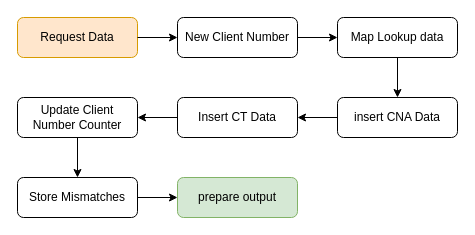
nyashaChiza/design keeps this draw.io diagram as Pure Create API.drawio. Above is the earlier version. Source tidied: cells renumbered, new cells numbered last; positions are measured from the earlier drawing's top-left corner, leaving out a move shared by most shapes. Both pictures are drawn from the tidied source at 100%, with x=0, y=0 at pixel (17, 17).
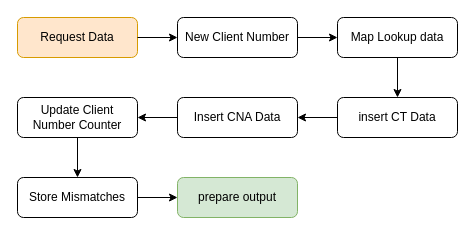
The same diagram, later.

The edit, as a diff of the source:
```diff
@@
 <mxGraphModel>
   <root>
     <mxCell id="0" />
     <mxCell id="1" parent="0" />
     <mxCell id="2" value="Request Data" style="rounded=1;whiteSpace=wrap;html=1;fontSize=12;glass=0;strokeWidth=1;shadow=0;fillColor=#ffe6cc;strokeColor=#d79b00;" parent="1" vertex="1">
       <mxGeometry width="120" height="40" as="geometry" />
     </mxCell>
     <mxCell id="3" style="edgeStyle=orthogonalEdgeStyle;rounded=0;jettySize=auto;html=1;exitX=1;exitY=0.5;exitDx=0;exitDy=0;entryX=0;entryY=0.5;entryDx=0;entryDy=0;" parent="1" edge="1" source="5" target="7">
       <mxGeometry relative="1" as="geometry" />
     </mxCell>
     <mxCell id="4" style="edgeStyle=orthogonalEdgeStyle;rounded=0;jettySize=auto;html=1;exitX=1;exitY=0.5;exitDx=0;exitDy=0;entryX=0;entryY=0.5;entryDx=0;entryDy=0;" parent="1" edge="1" source="2" target="5">
       <mxGeometry relative="1" as="geometry" />
     </mxCell>
     <mxCell id="5" value="New Client Number" style="rounded=1;whiteSpace=wrap;html=1;fontSize=12;glass=0;strokeWidth=1;shadow=0;" parent="1" vertex="1">
       <mxGeometry x="160" width="120" height="40" as="geometry" />
     </mxCell>
     <mxCell id="6" style="edgeStyle=orthogonalEdgeStyle;rounded=0;jettySize=auto;html=1;exitX=0.5;exitY=1;exitDx=0;exitDy=0;entryX=0.5;entryY=0;entryDx=0;entryDy=0;" parent="1" edge="1" source="7" target="9">
       <mxGeometry relative="1" as="geometry" />
     </mxCell>
     <mxCell id="7" value="Map Lookup data" style="whiteSpace=wrap;html=1;rounded=1;glass=0;strokeWidth=1;shadow=0;" parent="1" vertex="1">
       <mxGeometry x="320" width="120" height="40" as="geometry" />
     </mxCell>
     <mxCell id="8" style="edgeStyle=orthogonalEdgeStyle;rounded=0;jettySize=auto;html=1;exitX=0;exitY=0.5;exitDx=0;exitDy=0;entryX=1;entryY=0.5;entryDx=0;entryDy=0;" parent="1" edge="1" source="9" target="11">
       <mxGeometry relative="1" as="geometry" />
     </mxCell>
-    <mxCell id="9" value="insert CNA Data" style="whiteSpace=wrap;html=1;rounded=1;glass=0;strokeWidth=1;shadow=0;" parent="1" vertex="1">
+    <mxCell id="9" value="insert CT Data" style="whiteSpace=wrap;html=1;rounded=1;glass=0;strokeWidth=1;shadow=0;" parent="1" vertex="1">
       <mxGeometry x="320" y="80" width="120" height="40" as="geometry" />
     </mxCell>
     <mxCell id="10" style="edgeStyle=orthogonalEdgeStyle;rounded=0;jettySize=auto;html=1;exitX=0;exitY=0.5;exitDx=0;exitDy=0;entryX=1;entryY=0.5;entryDx=0;entryDy=0;" parent="1" edge="1" source="11" target="13">
       <mxGeometry relative="1" as="geometry" />
     </mxCell>
-    <mxCell id="11" value="Insert CT Data" style="whiteSpace=wrap;html=1;rounded=1;glass=0;strokeWidth=1;shadow=0;" parent="1" vertex="1">
+    <mxCell id="11" value="Insert CNA Data" style="whiteSpace=wrap;html=1;rounded=1;glass=0;strokeWidth=1;shadow=0;" parent="1" vertex="1">
       <mxGeometry x="160" y="80" width="120" height="40" as="geometry" />
     </mxCell>
     <mxCell id="12" style="edgeStyle=orthogonalEdgeStyle;rounded=0;jettySize=auto;html=1;exitX=0.5;exitY=1;exitDx=0;exitDy=0;entryX=0.5;entryY=0;entryDx=0;entryDy=0;" parent="1" edge="1" source="13" target="15">
       <mxGeometry relative="1" as="geometry" />
     </mxCell>
     <mxCell id="13" value="Update Client Number Counter" style="whiteSpace=wrap;html=1;rounded=1;glass=0;strokeWidth=1;shadow=0;" parent="1" vertex="1">
       <mxGeometry y="80" width="120" height="40" as="geometry" />
     </mxCell>
     <mxCell id="14" style="edgeStyle=orthogonalEdgeStyle;rounded=0;jettySize=auto;html=1;exitX=1;exitY=0.5;exitDx=0;exitDy=0;entryX=0;entryY=0.5;entryDx=0;entryDy=0;" parent="1" edge="1" source="15" target="16">
       <mxGeometry relative="1" as="geometry" />
     </mxCell>
     <mxCell id="15" value="Store Mismatches" style="whiteSpace=wrap;html=1;rounded=1;glass=0;strokeWidth=1;shadow=0;" parent="1" vertex="1">
       <mxGeometry y="160" width="120" height="40" as="geometry" />
     </mxCell>
     <mxCell id="16" value="prepare output" style="whiteSpace=wrap;html=1;rounded=1;glass=0;strokeWidth=1;shadow=0;fillColor=#d5e8d4;strokeColor=#82b366;" parent="1" vertex="1">
       <mxGeometry x="160" y="160" width="120" height="40" as="geometry" />
     </mxCell>
   </root>
 </mxGraphModel>
```
